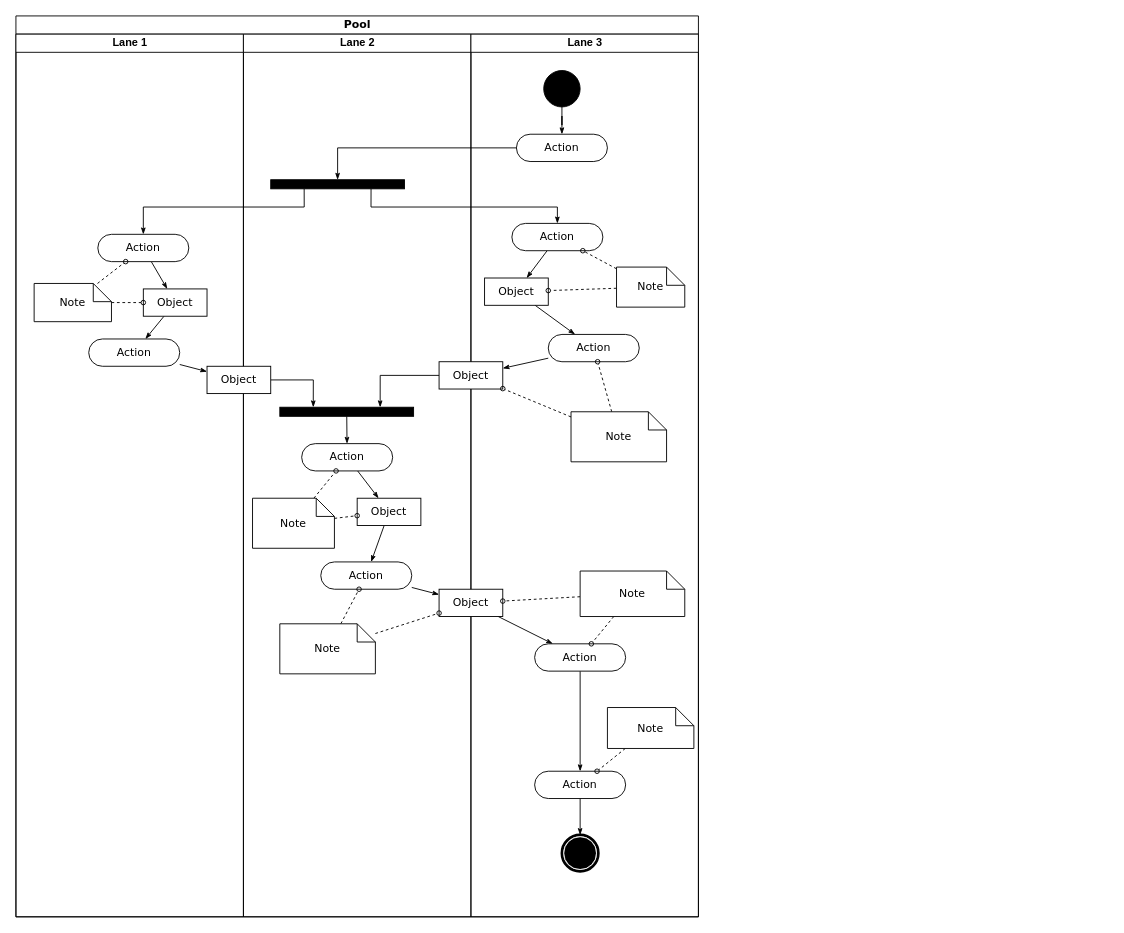
This is draw/设备信息动态关联应用及下载管理.drawio from befairyliu/draw.io, a draw.io file, before an edit. Source tidied: cells renumbered, new cells numbered last; positions are measured from the earlier drawing's top-left corner, leaving out a move shared by most shapes. Both pictures are drawn from the tidied source at 91%, with x=0, y=0 at pixel (15, 15).
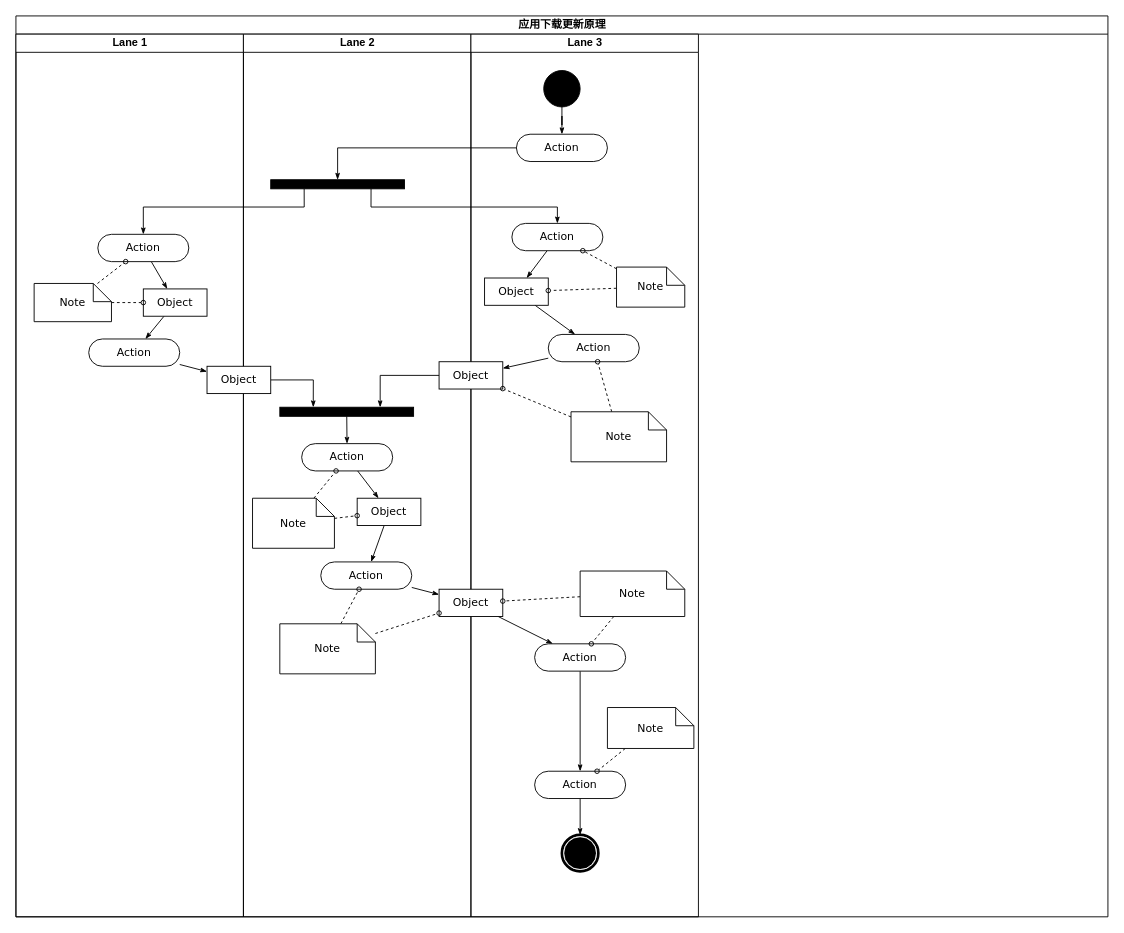
After the change.

Commit message (it also covers changes not shown here):
Update 设备信息动态关联应用及下载管理.drawio

What changed in the source:
```diff
@@
-    <mxCell id="2" value="Pool" style="swimlane;html=1;startSize=20;rounded=0;shadow=0;comic=0;labelBackgroundColor=none;strokeWidth=1;fontFamily=Verdana;fontSize=12;align=center;" parent="1" vertex="1">
-      <mxGeometry width="750" height="990" as="geometry" />
+    <mxCell id="2" value="应用下载更新原理" style="swimlane;html=1;startSize=20;rounded=0;shadow=0;comic=0;labelBackgroundColor=none;strokeWidth=1;fontFamily=Verdana;fontSize=12;align=center;" parent="1" vertex="1">
+      <mxGeometry width="1200" height="990" as="geometry" />
     </mxCell>
```
